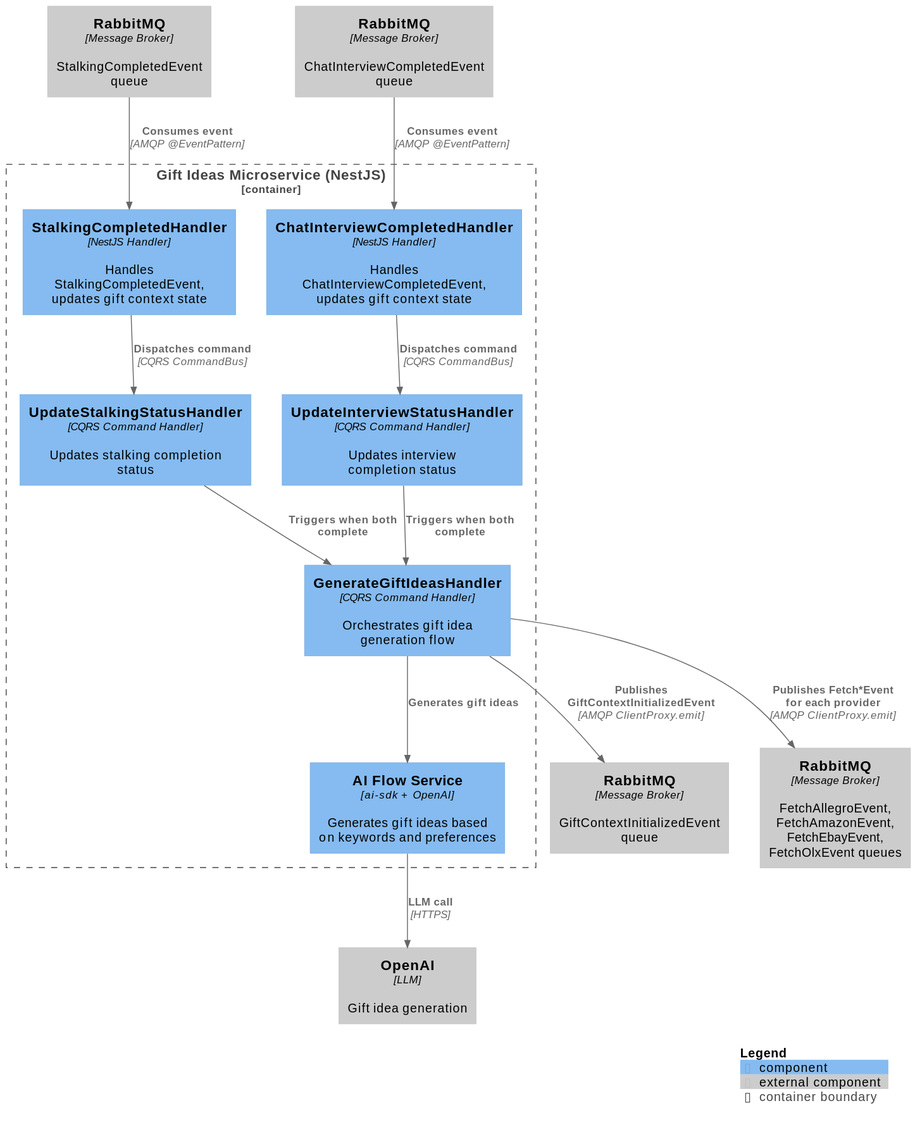
This is docs/C4_v0.2.0/C4_Component_GiftIdeas.svg from Generacja-Cuzi/ai-present-finder, a PlantUML export, as it was before one commit.
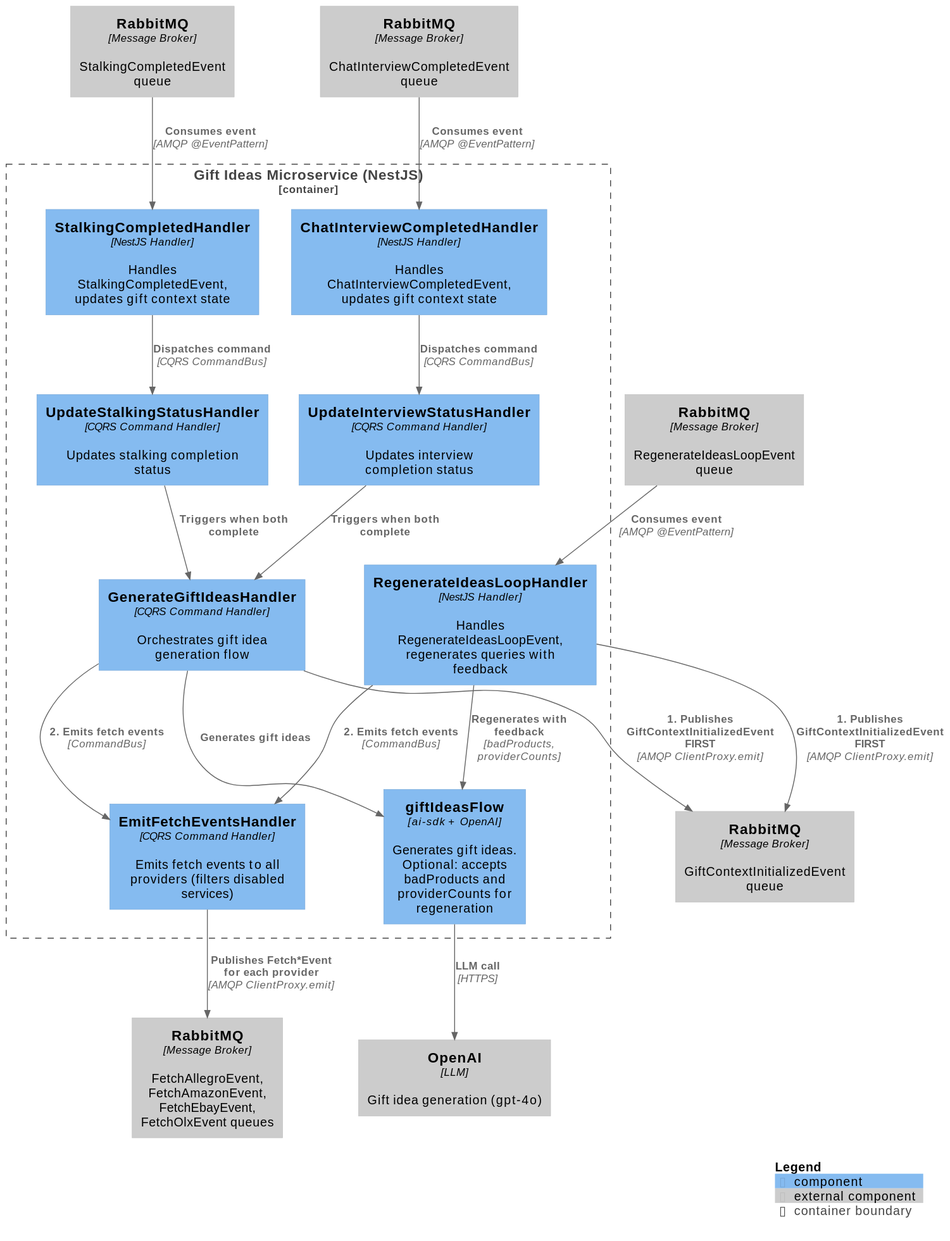
Later version of the same file.

Diff of the diagram source:
```diff
@@ -4,17 +4,20 @@
 Container_Boundary(gift, "Gift Ideas Microservice (NestJS)") {
   Component(stalking_completed_handler, "StalkingCompletedHandler", "NestJS Handler", "Handles StalkingCompletedEvent, updates gift context state")
   Component(chat_completed_handler, "ChatInterviewCompletedHandler", "NestJS Handler", "Handles ChatInterviewCompletedEvent, updates gift context state")
+  Component(regenerate_handler, "RegenerateIdeasLoopHandler", "NestJS Handler", "Handles RegenerateIdeasLoopEvent, regenerates queries with feedback")
   Component(generate_handler, "GenerateGiftIdeasHandler", "CQRS Command Handler", "Orchestrates gift idea generation flow")
-  Component(ai_flow, "AI Flow Service", "ai-sdk + OpenAI", "Generates gift ideas based on keywords and preferences")
+  Component(emit_fetch_handler, "EmitFetchEventsHandler", "CQRS Command Handler", "Emits fetch events to all providers (filters disabled services)")
+  Component(ai_flow, "giftIdeasFlow", "ai-sdk + OpenAI", "Generates gift ideas. Optional: accepts badProducts and providerCounts for regeneration")
   Component(update_stalking_handler, "UpdateStalkingStatusHandler", "CQRS Command Handler", "Updates stalking completion status")
   Component(update_interview_handler, "UpdateInterviewStatusHandler", "CQRS Command Handler", "Updates interview completion status")
 }
 
 Component_Ext(rabbitmq_in_stalking, "RabbitMQ", "Message Broker", "StalkingCompletedEvent queue")
 Component_Ext(rabbitmq_in_interview, "RabbitMQ", "Message Broker", "ChatInterviewCompletedEvent queue")
+Component_Ext(rabbitmq_in_regenerate, "RabbitMQ", "Message Broker", "RegenerateIdeasLoopEvent queue")
 Component_Ext(rabbitmq_out_context, "RabbitMQ", "Message Broker", "GiftContextInitializedEvent queue")
 Component_Ext(rabbitmq_out_fetch, "RabbitMQ", "Message Broker", "FetchAllegroEvent, FetchAmazonEvent, FetchEbayEvent, FetchOlxEvent queues")
-Component_Ext(openai, "OpenAI", "LLM", "Gift idea generation")
+Component_Ext(openai, "OpenAI", "LLM", "Gift idea generation (gpt-4o)")
 
 Rel(rabbitmq_in_stalking, stalking_completed_handler, "Consumes event", "AMQP @EventPattern")
 Rel(stalking_completed_handler, update_stalking_handler, "Dispatches command", "CQRS CommandBus")
@@ -24,10 +27,16 @@
 Rel(chat_completed_handler, update_interview_handler, "Dispatches command", "CQRS CommandBus")
 Rel(update_interview_handler, generate_handler, "Triggers when both complete")
 
+Rel(rabbitmq_in_regenerate, regenerate_handler, "Consumes event", "AMQP @EventPattern")
+Rel(regenerate_handler, ai_flow, "Regenerates with feedback", "badProducts, providerCounts")
+
 Rel(generate_handler, ai_flow, "Generates gift ideas")
 Rel(ai_flow, openai, "LLM call", "HTTPS")
-Rel(generate_handler, rabbitmq_out_context, "Publishes GiftContextInitializedEvent", "AMQP ClientProxy.emit")
-Rel(generate_handler, rabbitmq_out_fetch, "Publishes Fetch*Event for each provider", "AMQP ClientProxy.emit")
+Rel(generate_handler, rabbitmq_out_context, "1. Publishes GiftContextInitializedEvent FIRST", "AMQP ClientProxy.emit")
+Rel(generate_handler, emit_fetch_handler, "2. Emits fetch events", "CommandBus")
+Rel(regenerate_handler, rabbitmq_out_context, "1. Publishes GiftContextInitializedEvent FIRST", "AMQP ClientProxy.emit")
+Rel(regenerate_handler, emit_fetch_handler, "2. Emits fetch events", "CommandBus")
+Rel(emit_fetch_handler, rabbitmq_out_fetch, "Publishes Fetch*Event for each provider", "AMQP ClientProxy.emit")
 
 SHOW_LEGEND()
 @enduml
```
